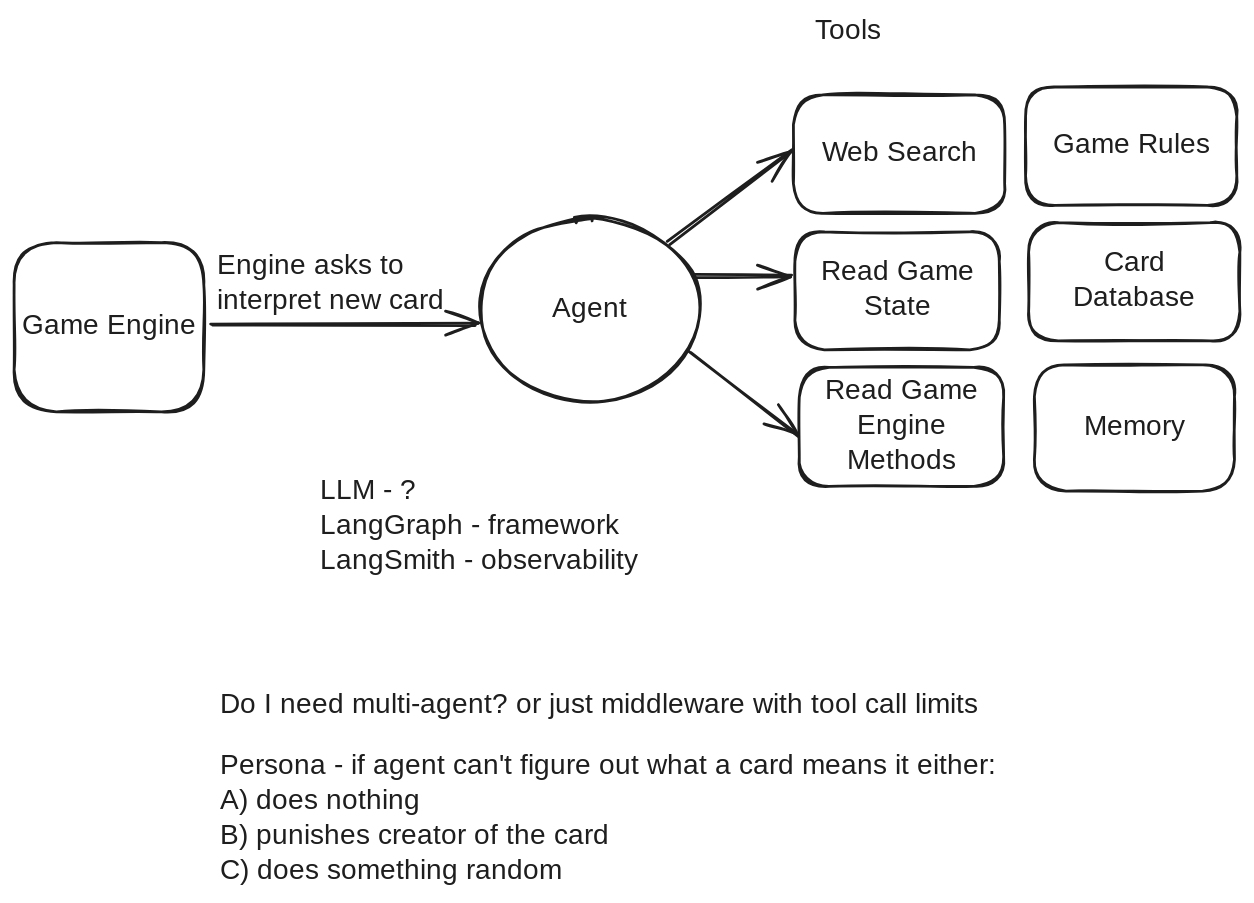
Before: docs/agent.excalidraw.svg, a diagram exported from Excalidraw (msharp9/a-thousand-blank-white-cards). Source tidied: one line per element, renumbered; positions are measured from the earlier drawing's top-left corner, leaving out a move shared by most shapes.
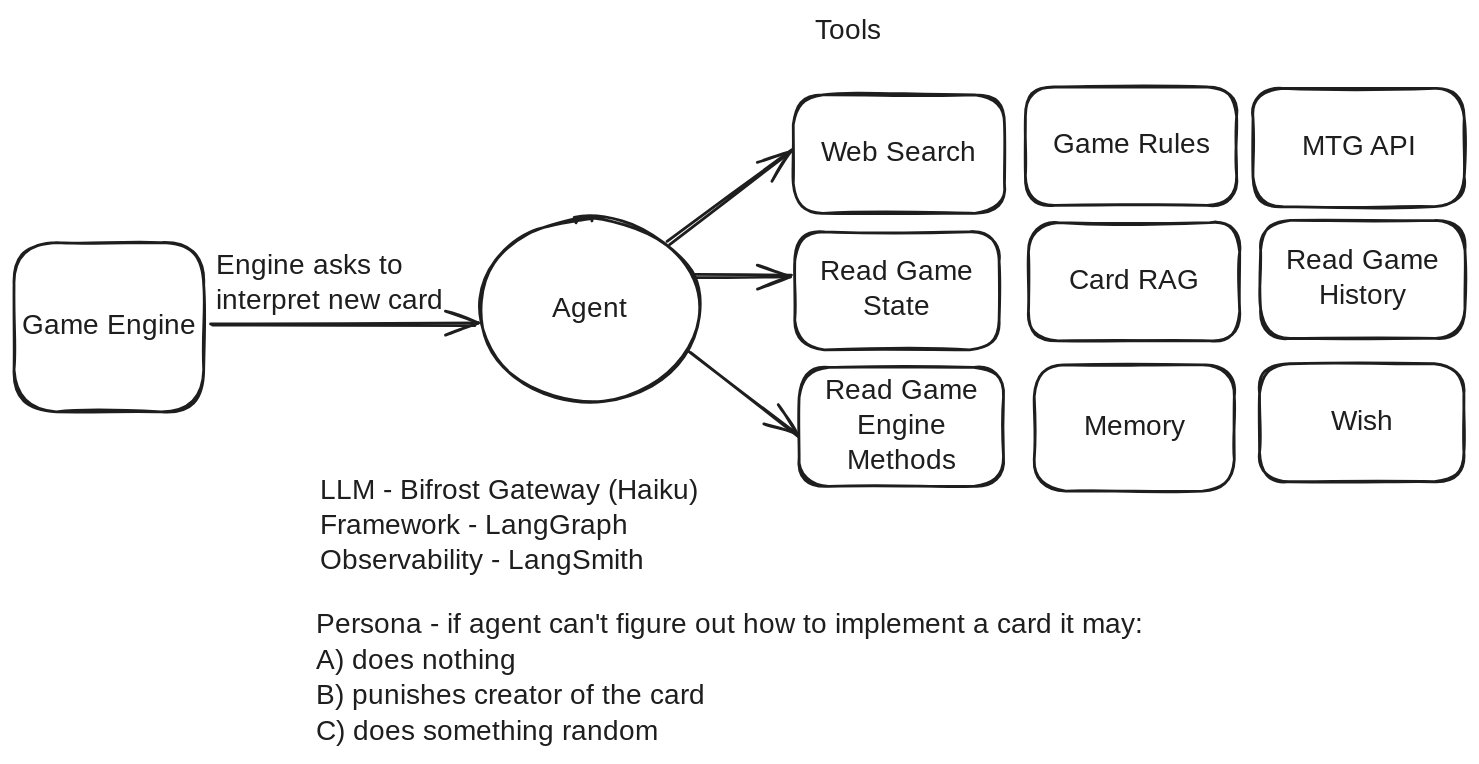
Later version of the same file.

Commit message:
chore(evals): session state — eval run outputs in evals.ipynb, ignore runs_old/, diagram touch-up

What changed in the source:
```diff
@@ -14,12 +14,17 @@
 {"id": 13, "type": "text", "text": "Tools", "strokeColor": "#1e1e1e", "strokeWidth": 2, "roughness": 1, "fontSize": 20, "fontFamily": 5, "x": 572, "y": 0, "width": 55, "height": 25}
 {"id": 14, "type": "rectangle", "strokeColor": "#1e1e1e", "strokeWidth": 2, "roughness": 1, "round": true, "x": 729, "y": 251, "width": 143, "height": 90}
 {"id": 15, "type": "text", "text": "Memory", "strokeColor": "#1e1e1e", "strokeWidth": 2, "roughness": 1, "fontSize": 20, "fontFamily": 5, "textAlign": "center", "verticalAlign": "middle", "inside": 14, "x": 765, "y": 283, "width": 70, "height": 25}
-{"id": 16, "type": "text", "text": "LLM - ?\nLangGraph - framework\nLangSmith - observability", "strokeColor": "#1e1e1e", "strokeWidth": 2, "roughness": 1, "fontSize": 20, "fontFamily": 5, "x": 218, "y": 329, "width": 243, "height": 75}
+{"id": 16, "type": "text", "text": "LLM - Bifrost Gateway (Haiku)\nFramework - LangGraph\nObservability - LangSmith", "strokeColor": "#1e1e1e", "strokeWidth": 2, "roughness": 1, "fontSize": 20, "fontFamily": 5, "x": 218, "y": 329, "width": 300, "height": 75}
-{"id": 17, "type": "text", "text": "Do I need multi-agent? or just middleware with tool call limits", "strokeColor": "#1e1e1e", "strokeWidth": 2, "roughness": 1, "fontSize": 20, "fontFamily": 5, "x": 147, "y": 482, "width": 601, "height": 25}
-{"id": 18, "type": "text", "text": "Persona - if agent can't figure out what a card means it either:\nA) does nothing\nB) punishes creator of the card\nC) does something random", "strokeColor": "#1e1e1e", "strokeWidth": 2, "roughness": 1, "fontSize": 20, "fontFamily": 5, "x": 147, "y": 525, "width": 625, "height": 100}
+{"id": 18, "type": "text", "text": "Persona - if agent can't figure out how to implement a card it may:\nA) does nothing\nB) punishes creator of the card\nC) does something random", "strokeColor": "#1e1e1e", "strokeWidth": 2, "roughness": 1, "fontSize": 20.21, "fontFamily": 5, "x": 216, "y": 425, "width": 663, "height": 101}
 {"id": 19, "type": "rectangle", "strokeColor": "#1e1e1e", "strokeWidth": 2, "roughness": 1, "round": true, "x": 722, "y": 52, "width": 151, "height": 85}
 {"id": 20, "type": "text", "text": "Game Rules", "strokeColor": "#1e1e1e", "strokeWidth": 2, "roughness": 1, "fontSize": 20, "fontFamily": 5, "textAlign": "center", "verticalAlign": "middle", "inside": 19, "x": 742, "y": 82, "width": 111, "height": 25}
 {"id": 21, "type": "rectangle", "strokeColor": "#1e1e1e", "strokeWidth": 2, "roughness": 1, "round": true, "x": 558, "y": 156, "width": 146, "height": 84}
 {"id": 22, "type": "text", "text": "Read Game\nState", "strokeColor": "#1e1e1e", "strokeWidth": 2, "roughness": 1, "fontSize": 20, "fontFamily": 5, "textAlign": "center", "verticalAlign": "middle", "inside": 21, "x": 576, "y": 173, "width": 108, "height": 50}
 {"id": 23, "type": "rectangle", "strokeColor": "#1e1e1e", "strokeWidth": 2, "roughness": 1, "round": true, "x": 725, "y": 149, "width": 151, "height": 85}
-{"id": 24, "type": "text", "text": "Card\nDatabase", "strokeColor": "#1e1e1e", "strokeWidth": 2, "roughness": 1, "fontSize": 20, "fontFamily": 5, "textAlign": "center", "verticalAlign": "middle", "inside": 23, "x": 753, "y": 166, "width": 94, "height": 50}
+{"id": 24, "type": "text", "text": "Card RAG", "strokeColor": "#1e1e1e", "strokeWidth": 2, "roughness": 1, "fontSize": 20, "fontFamily": 5, "textAlign": "center", "verticalAlign": "middle", "inside": 23, "x": 752, "y": 179, "width": 96, "height": 25}
+{"id": 25, "type": "rectangle", "strokeColor": "#1e1e1e", "strokeWidth": 2, "roughness": 1, "round": true, "x": 885, "y": 53, "width": 151, "height": 85}
+{"id": 26, "type": "text", "text": "MTG API", "strokeColor": "#1e1e1e", "strokeWidth": 2, "roughness": 1, "fontSize": 20, "fontFamily": 5, "textAlign": "center", "verticalAlign": "middle", "inside": 25, "x": 914, "y": 83, "width": 93, "height": 25}
+{"id": 27, "type": "rectangle", "strokeColor": "#1e1e1e", "strokeWidth": 2, "roughness": 1, "round": true, "x": 890, "y": 147, "width": 146, "height": 84}
+{"id": 28, "type": "text", "text": "Read Game\nHistory", "strokeColor": "#1e1e1e", "strokeWidth": 2, "roughness": 1, "fontSize": 20, "fontFamily": 5, "textAlign": "center", "verticalAlign": "middle", "inside": 27, "x": 909, "y": 165, "width": 108, "height": 50}
+{"id": 29, "type": "rectangle", "strokeColor": "#1e1e1e", "strokeWidth": 2, "roughness": 1, "round": true, "x": 890, "y": 250, "width": 146, "height": 84}
+{"id": 30, "type": "text", "text": "Wish", "strokeColor": "#1e1e1e", "strokeWidth": 2, "roughness": 1, "fontSize": 20, "fontFamily": 5, "textAlign": "center", "verticalAlign": "middle", "inside": 29, "x": 941, "y": 279, "width": 43, "height": 25}
```
